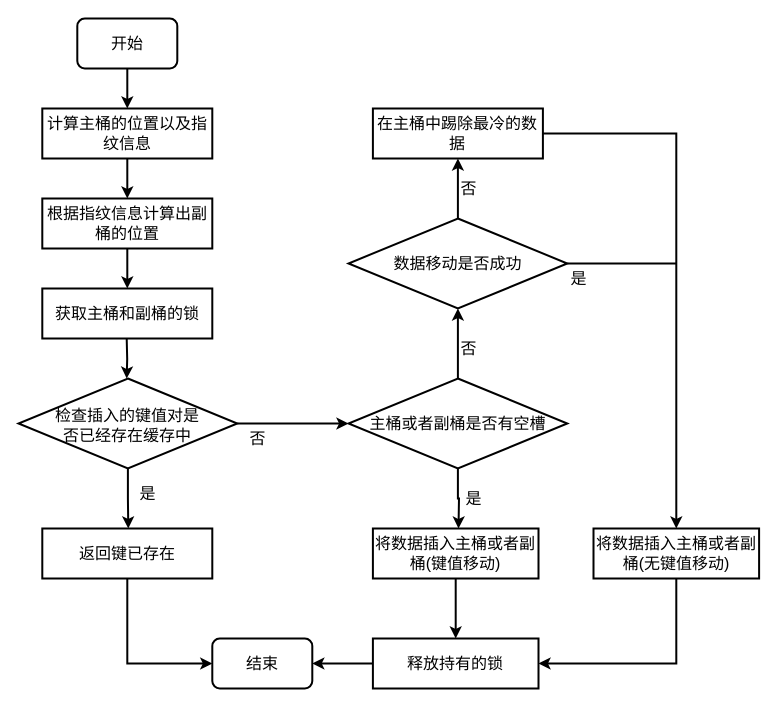
Before: page "插入操作流程图" (11 of 15) of 毕业论文.drawio in HustDsy/Picture, a draw.io diagram. Source tidied: cells renumbered, new cells numbered last; positions are measured from the earlier drawing's top-left corner, leaving out a move shared by most shapes. Both pictures are drawn from the tidied source at 100%, with x=0, y=0 at pixel (18, 18).
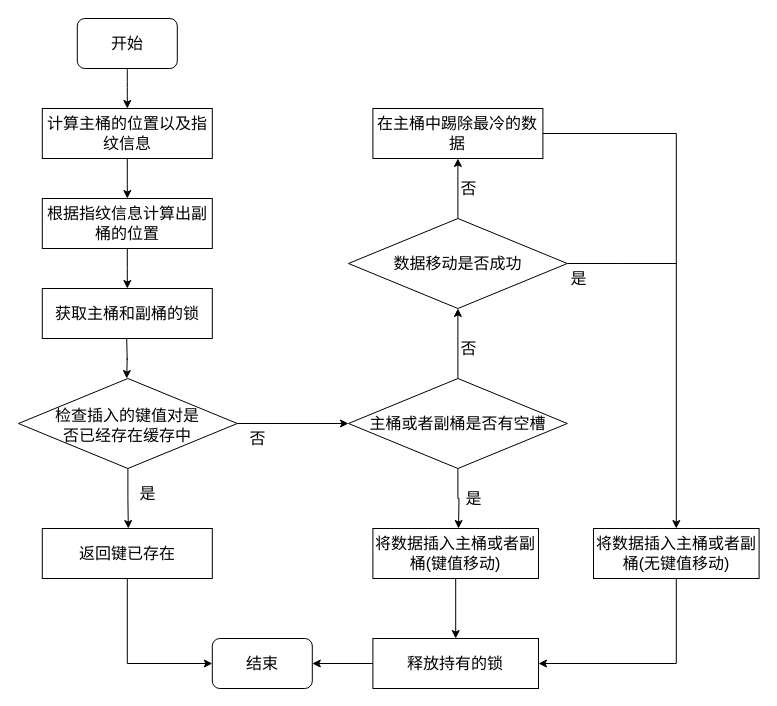
After the change.

The edit, as a diff of the source:
```diff
@@
-    <mxCell id="2" style="edgeStyle=orthogonalEdgeStyle;curved=1;rounded=0;jettySize=auto;html=1;exitX=0.5;exitY=1;exitDx=0;exitDy=0;entryX=0.5;entryY=0;entryDx=0;entryDy=0;fontFamily=简宋;fontSize=16;fontColor=default;strokeWidth=2;" parent="1" edge="1" source="3" target="5">
+    <mxCell id="2" style="edgeStyle=orthogonalEdgeStyle;curved=1;rounded=0;jettySize=auto;html=1;exitX=0.5;exitY=1;exitDx=0;exitDy=0;entryX=0.5;entryY=0;entryDx=0;entryDy=0;fontFamily=简宋;fontSize=16;fontColor=default;strokeWidth=1;" parent="1" edge="1" source="3" target="5">
       <mxGeometry relative="1" as="geometry" />
     </mxCell>
-    <mxCell id="3" value="&lt;font style=&quot;font-size: 16px&quot;&gt;开始&lt;/font&gt;" style="rounded=1;whiteSpace=wrap;html=1;comic=0;fontFamily=简宋;fontSize=16;strokeWidth=2;" parent="1" vertex="1">
+    <mxCell id="3" value="&lt;font style=&quot;font-size: 16px&quot;&gt;开始&lt;/font&gt;" style="rounded=1;whiteSpace=wrap;html=1;comic=0;fontFamily=简宋;fontSize=16;strokeWidth=1;" parent="1" vertex="1">
       <mxGeometry x="58.8" width="100" height="50" as="geometry" />
     </mxCell>
-    <mxCell id="4" style="edgeStyle=orthogonalEdgeStyle;curved=1;rounded=0;jettySize=auto;html=1;exitX=0.5;exitY=1;exitDx=0;exitDy=0;fontFamily=简宋;fontSize=16;fontColor=default;strokeWidth=2;" parent="1" edge="1" source="5">
+    <mxCell id="4" style="edgeStyle=orthogonalEdgeStyle;curved=1;rounded=0;jettySize=auto;html=1;exitX=0.5;exitY=1;exitDx=0;exitDy=0;fontFamily=简宋;fontSize=16;fontColor=default;strokeWidth=1;" parent="1" edge="1" source="5">
       <mxGeometry relative="1" as="geometry">
         <mxPoint x="108.8" y="180" as="targetPoint" />
       </mxGeometry>
     </mxCell>
-    <mxCell id="5" value="计算主桶的位置以及指纹信息" style="rounded=0;whiteSpace=wrap;html=1;comic=0;fontFamily=简宋;fontSize=16;fontColor=default;strokeColor=#000000;strokeWidth=2;fillColor=#FFFFFF;" parent="1" vertex="1">
+    <mxCell id="5" value="计算主桶的位置以及指纹信息" style="rounded=0;whiteSpace=wrap;html=1;comic=0;fontFamily=简宋;fontSize=16;fontColor=default;strokeColor=#000000;strokeWidth=1;fillColor=#FFFFFF;" parent="1" vertex="1">
       <mxGeometry x="23.8" y="90" width="170" height="50" as="geometry" />
     </mxCell>
-    <mxCell id="6" style="edgeStyle=orthogonalEdgeStyle;rounded=0;jettySize=auto;html=1;exitX=0.5;exitY=1;exitDx=0;exitDy=0;fontFamily=简宋;fontSize=16;fontColor=default;strokeWidth=2;" parent="1" edge="1" source="7">
+    <mxCell id="6" style="edgeStyle=orthogonalEdgeStyle;rounded=0;jettySize=auto;html=1;exitX=0.5;exitY=1;exitDx=0;exitDy=0;fontFamily=简宋;fontSize=16;fontColor=default;strokeWidth=1;" parent="1" edge="1" source="7">
       <mxGeometry relative="1" as="geometry">
         <mxPoint x="108.8" y="270" as="targetPoint" />
       </mxGeometry>
     </mxCell>
-    <mxCell id="7" value="根据指纹信息计算出副桶的位置" style="rounded=0;whiteSpace=wrap;html=1;comic=0;fontFamily=简宋;fontSize=16;fontColor=default;strokeColor=#000000;strokeWidth=2;fillColor=#FFFFFF;" parent="1" vertex="1">
+    <mxCell id="7" value="根据指纹信息计算出副桶的位置" style="rounded=0;whiteSpace=wrap;html=1;comic=0;fontFamily=简宋;fontSize=16;fontColor=default;strokeColor=#000000;strokeWidth=1;fillColor=#FFFFFF;" parent="1" vertex="1">
       <mxGeometry x="23.8" y="180" width="170" height="50" as="geometry" />
     </mxCell>
-    <mxCell id="8" value="获取主桶和副桶的锁" style="rounded=0;whiteSpace=wrap;html=1;comic=0;fontFamily=简宋;fontSize=16;fontColor=default;strokeColor=#000000;strokeWidth=2;fillColor=#FFFFFF;" parent="1" vertex="1">
+    <mxCell id="8" value="获取主桶和副桶的锁" style="rounded=0;whiteSpace=wrap;html=1;comic=0;fontFamily=简宋;fontSize=16;fontColor=default;strokeColor=#000000;strokeWidth=1;fillColor=#FFFFFF;" parent="1" vertex="1">
       <mxGeometry x="23.8" y="270" width="170" height="50" as="geometry" />
     </mxCell>
-    <mxCell id="9" style="edgeStyle=orthogonalEdgeStyle;rounded=0;orthogonalLoop=1;jettySize=auto;html=1;exitX=0.5;exitY=1;exitDx=0;exitDy=0;fontFamily=简宋;fontSize=16;fontColor=default;strokeWidth=2;" parent="1" edge="1">
+    <mxCell id="9" style="edgeStyle=orthogonalEdgeStyle;rounded=0;orthogonalLoop=1;jettySize=auto;html=1;exitX=0.5;exitY=1;exitDx=0;exitDy=0;fontFamily=简宋;fontSize=16;fontColor=default;strokeWidth=1;" parent="1" edge="1">
       <mxGeometry relative="1" as="geometry">
         <mxPoint x="108.2" y="320" as="sourcePoint" />
         <mxPoint x="108.2" y="360" as="targetPoint" />
       </mxGeometry>
     </mxCell>
-    <mxCell id="10" style="edgeStyle=orthogonalEdgeStyle;rounded=0;jettySize=auto;html=1;exitX=0.5;exitY=1;exitDx=0;exitDy=0;exitPerimeter=0;fontFamily=简宋;fontSize=16;fontColor=default;strokeWidth=2;" parent="1" edge="1" source="12">
+    <mxCell id="10" style="edgeStyle=orthogonalEdgeStyle;rounded=0;jettySize=auto;html=1;exitX=0.5;exitY=1;exitDx=0;exitDy=0;exitPerimeter=0;fontFamily=简宋;fontSize=16;fontColor=default;strokeWidth=1;" parent="1" edge="1" source="12">
       <mxGeometry relative="1" as="geometry">
         <mxPoint x="109.8" y="510" as="targetPoint" />
       </mxGeometry>
     </mxCell>
-    <mxCell id="11" style="edgeStyle=orthogonalEdgeStyle;rounded=0;jettySize=auto;html=1;exitX=1;exitY=0.5;exitDx=0;exitDy=0;exitPerimeter=0;fontFamily=简宋;fontSize=16;fontColor=default;strokeWidth=2;entryX=0;entryY=0.5;entryDx=0;entryDy=0;entryPerimeter=0;" parent="1" edge="1" source="12" target="19">
+    <mxCell id="11" style="edgeStyle=orthogonalEdgeStyle;rounded=0;jettySize=auto;html=1;exitX=1;exitY=0.5;exitDx=0;exitDy=0;exitPerimeter=0;fontFamily=简宋;fontSize=16;fontColor=default;strokeWidth=1;entryX=0;entryY=0.5;entryDx=0;entryDy=0;entryPerimeter=0;" parent="1" edge="1" source="12" target="19">
       <mxGeometry relative="1" as="geometry" />
     </mxCell>
-    <mxCell id="12" style="strokeWidth=2;html=1;shape=mxgraph.flowchart.decision;whiteSpace=wrap;comic=0;fontFamily=简宋;fontSize=16;fontColor=default;fillColor=#FFFFFF;" parent="1" vertex="1">
+    <mxCell id="12" style="strokeWidth=1;html=1;shape=mxgraph.flowchart.decision;whiteSpace=wrap;comic=0;fontFamily=简宋;fontSize=16;fontColor=default;fillColor=#FFFFFF;" parent="1" vertex="1">
       <mxGeometry y="360" width="218.8" height="90" as="geometry" />
     </mxCell>
-    <mxCell id="13" value="检查插入的键值对是否已经存在缓存中" style="text;html=1;strokeColor=none;fillColor=none;align=center;verticalAlign=middle;whiteSpace=wrap;rounded=0;comic=0;fontFamily=简宋;fontSize=16;fontColor=default;" parent="1" vertex="1">
+    <mxCell id="13" value="检查插入的键值对是否已经存在缓存中" style="text;html=1;strokeColor=none;fillColor=none;align=center;verticalAlign=middle;whiteSpace=wrap;rounded=0;comic=0;fontFamily=简宋;fontSize=16;fontColor=default;strokeWidth=1;" parent="1" vertex="1">
       <mxGeometry x="35" y="399.5" width="147.5" height="15" as="geometry" />
     </mxCell>
-    <mxCell id="14" value="是" style="text;html=1;align=center;verticalAlign=middle;strokeColor=none;fillColor=none;fontSize=16;fontFamily=简宋;fontColor=default;" parent="1" vertex="1">
+    <mxCell id="14" value="是" style="text;html=1;align=center;verticalAlign=middle;strokeColor=none;fillColor=none;fontSize=16;fontFamily=简宋;fontColor=default;strokeWidth=1;" parent="1" vertex="1">
       <mxGeometry x="113.8" y="465" width="30" height="20" as="geometry" />
     </mxCell>
-    <mxCell id="15" value="否" style="text;html=1;align=center;verticalAlign=middle;strokeColor=none;fillColor=none;fontSize=16;fontFamily=简宋;fontColor=default;" parent="1" vertex="1">
+    <mxCell id="15" value="否" style="text;html=1;align=center;verticalAlign=middle;strokeColor=none;fillColor=none;fontSize=16;fontFamily=简宋;fontColor=default;strokeWidth=1;" parent="1" vertex="1">
       <mxGeometry x="223.8" y="410" width="30" height="20" as="geometry" />
     </mxCell>
-    <mxCell id="16" style="edgeStyle=orthogonalEdgeStyle;rounded=0;jettySize=auto;html=1;exitX=0.5;exitY=1;exitDx=0;exitDy=0;entryX=0;entryY=0.5;entryDx=0;entryDy=0;fontFamily=简宋;fontSize=16;fontColor=default;endArrow=classic;endFill=1;strokeWidth=2;" parent="1" edge="1" source="17" target="31">
+    <mxCell id="16" style="edgeStyle=orthogonalEdgeStyle;rounded=0;jettySize=auto;html=1;exitX=0.5;exitY=1;exitDx=0;exitDy=0;entryX=0;entryY=0.5;entryDx=0;entryDy=0;fontFamily=简宋;fontSize=16;fontColor=default;endArrow=classic;endFill=1;strokeWidth=1;" parent="1" edge="1" source="17" target="31">
       <mxGeometry relative="1" as="geometry" />
     </mxCell>
-    <mxCell id="17" value="返回键已存在" style="rounded=0;whiteSpace=wrap;html=1;comic=0;fontFamily=简宋;fontSize=16;fontColor=default;strokeColor=#000000;strokeWidth=2;fillColor=#FFFFFF;" parent="1" vertex="1">
+    <mxCell id="17" value="返回键已存在" style="rounded=0;whiteSpace=wrap;html=1;comic=0;fontFamily=简宋;fontSize=16;fontColor=default;strokeColor=#000000;strokeWidth=1;fillColor=#FFFFFF;" parent="1" vertex="1">
       <mxGeometry x="23.8" y="510" width="170" height="50" as="geometry" />
     </mxCell>
-    <mxCell id="18" style="edgeStyle=orthogonalEdgeStyle;rounded=0;jettySize=auto;html=1;exitX=0.5;exitY=0;exitDx=0;exitDy=0;exitPerimeter=0;entryX=0.5;entryY=1;entryDx=0;entryDy=0;entryPerimeter=0;fontFamily=简宋;fontSize=16;fontColor=default;strokeWidth=2;" parent="1" edge="1" source="19" target="26">
+    <mxCell id="18" style="edgeStyle=orthogonalEdgeStyle;rounded=0;jettySize=auto;html=1;exitX=0.5;exitY=0;exitDx=0;exitDy=0;exitPerimeter=0;entryX=0.5;entryY=1;entryDx=0;entryDy=0;entryPerimeter=0;fontFamily=简宋;fontSize=16;fontColor=default;strokeWidth=1;" parent="1" edge="1" source="19" target="26">
       <mxGeometry relative="1" as="geometry" />
     </mxCell>
-    <mxCell id="19" value="主桶或者副桶是否有空槽" style="strokeWidth=2;html=1;shape=mxgraph.flowchart.decision;whiteSpace=wrap;comic=0;fontFamily=简宋;fontSize=16;fontColor=default;fillColor=#FFFFFF;" parent="1" vertex="1">
+    <mxCell id="19" value="主桶或者副桶是否有空槽" style="strokeWidth=1;html=1;shape=mxgraph.flowchart.decision;whiteSpace=wrap;comic=0;fontFamily=简宋;fontSize=16;fontColor=default;fillColor=#FFFFFF;" parent="1" vertex="1">
       <mxGeometry x="330" y="360" width="218.8" height="90" as="geometry" />
     </mxCell>
-    <mxCell id="20" style="edgeStyle=orthogonalEdgeStyle;rounded=0;jettySize=auto;html=1;exitX=0.5;exitY=1;exitDx=0;exitDy=0;exitPerimeter=0;fontFamily=简宋;fontSize=16;fontColor=default;strokeWidth=2;" parent="1" edge="1" source="19">
+    <mxCell id="20" style="edgeStyle=orthogonalEdgeStyle;rounded=0;jettySize=auto;html=1;exitX=0.5;exitY=1;exitDx=0;exitDy=0;exitPerimeter=0;fontFamily=简宋;fontSize=16;fontColor=default;strokeWidth=1;" parent="1" edge="1" source="19">
       <mxGeometry relative="1" as="geometry">
         <mxPoint x="440" y="510" as="targetPoint" />
       </mxGeometry>
     </mxCell>
-    <mxCell id="21" value="是" style="text;html=1;align=center;verticalAlign=middle;strokeColor=none;fillColor=none;fontSize=16;fontFamily=简宋;fontColor=default;" parent="1" vertex="1">
+    <mxCell id="21" value="是" style="text;html=1;align=center;verticalAlign=middle;strokeColor=none;fillColor=none;fontSize=16;fontFamily=简宋;fontColor=default;strokeWidth=1;" parent="1" vertex="1">
       <mxGeometry x="440" y="470" width="30" height="20" as="geometry" />
     </mxCell>
-    <mxCell id="22" style="edgeStyle=orthogonalEdgeStyle;rounded=0;jettySize=auto;html=1;exitX=0.5;exitY=1;exitDx=0;exitDy=0;entryX=0.5;entryY=0;entryDx=0;entryDy=0;fontFamily=简宋;fontSize=16;fontColor=default;endArrow=classic;endFill=1;strokeWidth=2;" parent="1" edge="1" source="23" target="34">
+    <mxCell id="22" style="edgeStyle=orthogonalEdgeStyle;rounded=0;jettySize=auto;html=1;exitX=0.5;exitY=1;exitDx=0;exitDy=0;entryX=0.5;entryY=0;entryDx=0;entryDy=0;fontFamily=简宋;fontSize=16;fontColor=default;endArrow=classic;endFill=1;strokeWidth=1;" parent="1" edge="1" source="23" target="34">
       <mxGeometry relative="1" as="geometry" />
     </mxCell>
-    <mxCell id="23" value="将数据插入主桶或者副桶(键值移动)" style="rounded=0;whiteSpace=wrap;html=1;comic=0;fontFamily=简宋;fontSize=16;fontColor=default;strokeColor=#000000;strokeWidth=2;fillColor=#FFFFFF;" parent="1" vertex="1">
+    <mxCell id="23" value="将数据插入主桶或者副桶(键值移动)" style="rounded=0;whiteSpace=wrap;html=1;comic=0;fontFamily=简宋;fontSize=16;fontColor=default;strokeColor=#000000;strokeWidth=1;fillColor=#FFFFFF;" parent="1" vertex="1">
       <mxGeometry x="354.4" y="510" width="165.6" height="50" as="geometry" />
     </mxCell>
-    <mxCell id="24" style="edgeStyle=orthogonalEdgeStyle;rounded=0;jettySize=auto;html=1;exitX=0.5;exitY=0;exitDx=0;exitDy=0;exitPerimeter=0;fontFamily=简宋;fontSize=16;fontColor=default;strokeWidth=2;entryX=0.5;entryY=1;entryDx=0;entryDy=0;" parent="1" edge="1" source="26" target="30">
+    <mxCell id="24" style="edgeStyle=orthogonalEdgeStyle;rounded=0;jettySize=auto;html=1;exitX=0.5;exitY=0;exitDx=0;exitDy=0;exitPerimeter=0;fontFamily=简宋;fontSize=16;fontColor=default;strokeWidth=1;entryX=0.5;entryY=1;entryDx=0;entryDy=0;" parent="1" edge="1" source="26" target="30">
       <mxGeometry relative="1" as="geometry" />
     </mxCell>
-    <mxCell id="25" style="edgeStyle=orthogonalEdgeStyle;rounded=0;jettySize=auto;html=1;exitX=1;exitY=0.5;exitDx=0;exitDy=0;exitPerimeter=0;fontFamily=简宋;fontSize=16;fontColor=default;endArrow=none;endFill=0;strokeWidth=2;" parent="1" edge="1" source="26">
+    <mxCell id="25" style="edgeStyle=orthogonalEdgeStyle;rounded=0;jettySize=auto;html=1;exitX=1;exitY=0.5;exitDx=0;exitDy=0;exitPerimeter=0;fontFamily=简宋;fontSize=16;fontColor=default;endArrow=none;endFill=0;strokeWidth=1;" parent="1" edge="1" source="26">
       <mxGeometry relative="1" as="geometry">
         <mxPoint x="658" y="245" as="targetPoint" />
       </mxGeometry>
     </mxCell>
-    <mxCell id="26" value="数据移动是否成功" style="strokeWidth=2;html=1;shape=mxgraph.flowchart.decision;whiteSpace=wrap;comic=0;fontFamily=简宋;fontSize=16;fontColor=default;fillColor=#FFFFFF;" parent="1" vertex="1">
+    <mxCell id="26" value="数据移动是否成功" style="strokeWidth=1;html=1;shape=mxgraph.flowchart.decision;whiteSpace=wrap;comic=0;fontFamily=简宋;fontSize=16;fontColor=default;fillColor=#FFFFFF;" parent="1" vertex="1">
       <mxGeometry x="330" y="200" width="218.8" height="90" as="geometry" />
     </mxCell>
-    <mxCell id="27" value="否" style="text;html=1;align=center;verticalAlign=middle;strokeColor=none;fillColor=none;fontSize=16;fontFamily=简宋;fontColor=default;" parent="1" vertex="1">
+    <mxCell id="27" value="否" style="text;html=1;align=center;verticalAlign=middle;strokeColor=none;fillColor=none;fontSize=16;fontFamily=简宋;fontColor=default;strokeWidth=1;" parent="1" vertex="1">
       <mxGeometry x="435" y="320" width="30" height="20" as="geometry" />
     </mxCell>
-    <mxCell id="28" value="是" style="text;html=1;align=center;verticalAlign=middle;strokeColor=none;fillColor=none;fontSize=16;fontFamily=简宋;fontColor=default;" parent="1" vertex="1">
+    <mxCell id="28" value="是" style="text;html=1;align=center;verticalAlign=middle;strokeColor=none;fillColor=none;fontSize=16;fontFamily=简宋;fontColor=default;strokeWidth=1;" parent="1" vertex="1">
       <mxGeometry x="545" y="250" width="30" height="20" as="geometry" />
     </mxCell>
-    <mxCell id="29" style="edgeStyle=orthogonalEdgeStyle;rounded=0;jettySize=auto;html=1;exitX=1;exitY=0.5;exitDx=0;exitDy=0;entryX=0.5;entryY=0;entryDx=0;entryDy=0;fontFamily=简宋;fontSize=16;fontColor=default;endArrow=classic;endFill=1;strokeWidth=2;" parent="1" edge="1" source="30" target="36">
+    <mxCell id="29" style="edgeStyle=orthogonalEdgeStyle;rounded=0;jettySize=auto;html=1;exitX=1;exitY=0.5;exitDx=0;exitDy=0;entryX=0.5;entryY=0;entryDx=0;entryDy=0;fontFamily=简宋;fontSize=16;fontColor=default;endArrow=classic;endFill=1;strokeWidth=1;" parent="1" edge="1" source="30" target="36">
       <mxGeometry relative="1" as="geometry" />
     </mxCell>
-    <mxCell id="30" value="在主桶中踢除最冷的数据" style="rounded=0;whiteSpace=wrap;html=1;comic=0;fontFamily=简宋;fontSize=16;fontColor=default;strokeColor=#000000;strokeWidth=2;fillColor=#FFFFFF;" parent="1" vertex="1">
+    <mxCell id="30" value="在主桶中踢除最冷的数据" style="rounded=0;whiteSpace=wrap;html=1;comic=0;fontFamily=简宋;fontSize=16;fontColor=default;strokeColor=#000000;strokeWidth=1;fillColor=#FFFFFF;" parent="1" vertex="1">
       <mxGeometry x="354.4" y="90" width="170" height="50" as="geometry" />
     </mxCell>
-    <mxCell id="31" value="&lt;span style=&quot;font-size: 16px&quot;&gt;结束&lt;/span&gt;" style="rounded=1;whiteSpace=wrap;html=1;comic=0;fontFamily=简宋;fontSize=16;strokeWidth=2;" parent="1" vertex="1">
+    <mxCell id="31" value="&lt;span style=&quot;font-size: 16px&quot;&gt;结束&lt;/span&gt;" style="rounded=1;whiteSpace=wrap;html=1;comic=0;fontFamily=简宋;fontSize=16;strokeWidth=1;" parent="1" vertex="1">
       <mxGeometry x="193.8" y="620" width="100" height="50" as="geometry" />
     </mxCell>
-    <mxCell id="32" value="否" style="text;html=1;align=center;verticalAlign=middle;strokeColor=none;fillColor=none;fontSize=16;fontFamily=简宋;fontColor=default;" parent="1" vertex="1">
+    <mxCell id="32" value="否" style="text;html=1;align=center;verticalAlign=middle;strokeColor=none;fillColor=none;fontSize=16;fontFamily=简宋;fontColor=default;strokeWidth=1;" parent="1" vertex="1">
       <mxGeometry x="435" y="160" width="30" height="20" as="geometry" />
     </mxCell>
-    <mxCell id="33" style="edgeStyle=orthogonalEdgeStyle;rounded=0;jettySize=auto;html=1;exitX=0;exitY=0.5;exitDx=0;exitDy=0;entryX=1;entryY=0.5;entryDx=0;entryDy=0;fontFamily=简宋;fontSize=16;fontColor=default;endArrow=classic;endFill=1;strokeWidth=2;" parent="1" edge="1" source="34" target="31">
+    <mxCell id="33" style="edgeStyle=orthogonalEdgeStyle;rounded=0;jettySize=auto;html=1;exitX=0;exitY=0.5;exitDx=0;exitDy=0;entryX=1;entryY=0.5;entryDx=0;entryDy=0;fontFamily=简宋;fontSize=16;fontColor=default;endArrow=classic;endFill=1;strokeWidth=1;" parent="1" edge="1" source="34" target="31">
       <mxGeometry relative="1" as="geometry" />
     </mxCell>
-    <mxCell id="34" value="释放持有的锁" style="rounded=0;whiteSpace=wrap;html=1;comic=0;fontFamily=简宋;fontSize=16;fontColor=default;strokeColor=#000000;strokeWidth=2;fillColor=#FFFFFF;" parent="1" vertex="1">
+    <mxCell id="34" value="释放持有的锁" style="rounded=0;whiteSpace=wrap;html=1;comic=0;fontFamily=简宋;fontSize=16;fontColor=default;strokeColor=#000000;strokeWidth=1;fillColor=#FFFFFF;" parent="1" vertex="1">
       <mxGeometry x="354.4" y="620" width="165.6" height="50" as="geometry" />
     </mxCell>
-    <mxCell id="35" style="edgeStyle=orthogonalEdgeStyle;rounded=0;jettySize=auto;html=1;exitX=0.5;exitY=1;exitDx=0;exitDy=0;entryX=1;entryY=0.5;entryDx=0;entryDy=0;fontFamily=简宋;fontSize=16;fontColor=default;endArrow=classic;endFill=1;strokeWidth=2;" parent="1" edge="1" source="36" target="34">
+    <mxCell id="35" style="edgeStyle=orthogonalEdgeStyle;rounded=0;jettySize=auto;html=1;exitX=0.5;exitY=1;exitDx=0;exitDy=0;entryX=1;entryY=0.5;entryDx=0;entryDy=0;fontFamily=简宋;fontSize=16;fontColor=default;endArrow=classic;endFill=1;strokeWidth=1;" parent="1" edge="1" source="36" target="34">
       <mxGeometry relative="1" as="geometry" />
     </mxCell>
-    <mxCell id="36" value="将数据插入主桶或者副桶(无键值移动)" style="rounded=0;whiteSpace=wrap;html=1;comic=0;fontFamily=简宋;fontSize=16;fontColor=default;strokeColor=#000000;strokeWidth=2;fillColor=#FFFFFF;" parent="1" vertex="1">
+    <mxCell id="36" value="将数据插入主桶或者副桶(无键值移动)" style="rounded=0;whiteSpace=wrap;html=1;comic=0;fontFamily=简宋;fontSize=16;fontColor=default;strokeColor=#000000;strokeWidth=1;fillColor=#FFFFFF;" parent="1" vertex="1">
       <mxGeometry x="575" y="510" width="165.6" height="50" as="geometry" />
     </mxCell>
```
